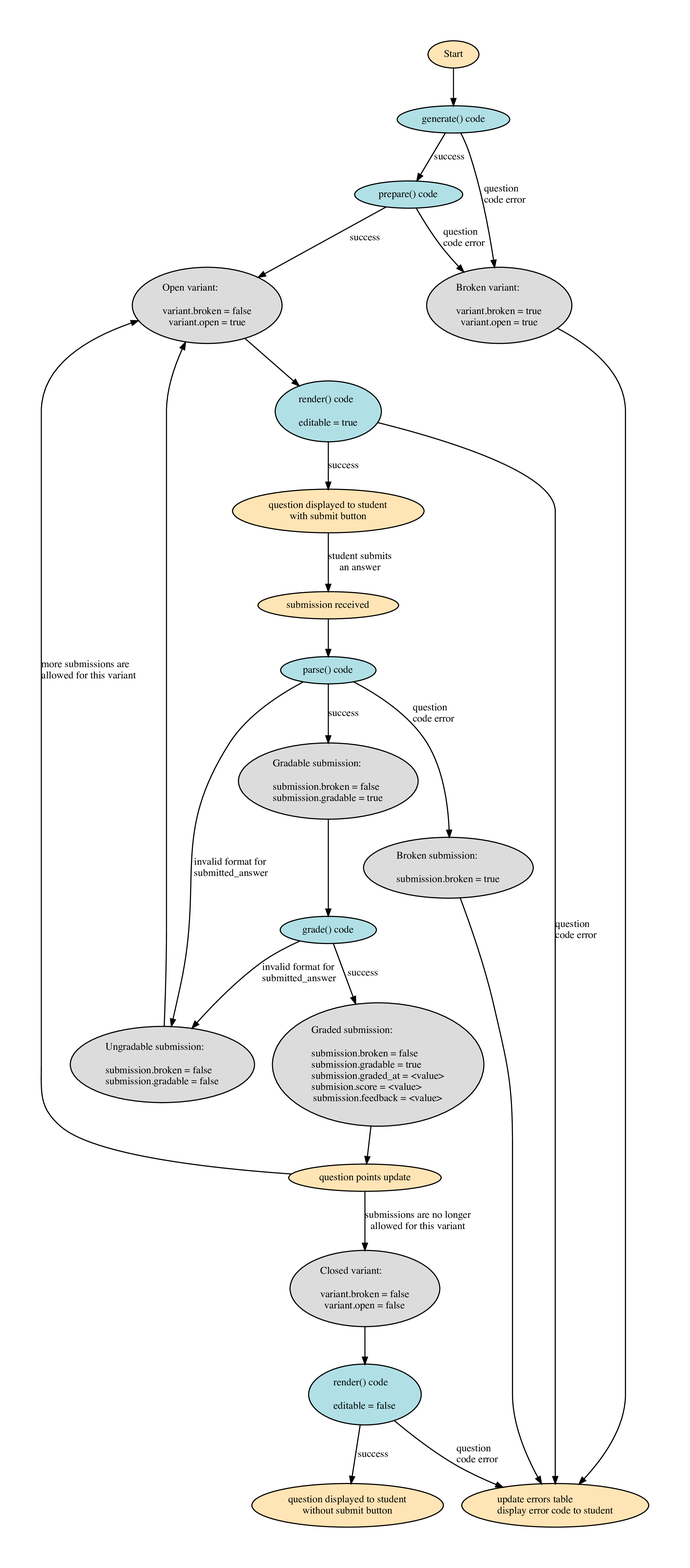
Earlier version of the Graphviz export docs/question-flow.png (PrairieLearn/PrairieLearn). Its source is kept beside it as docs/question-flow.gv. Its diagram source:
```dot
digraph question_flow {

    direction=TB;

    node [fontsize = 10, height = 0.3, width = 0.5];
    edge [fontsize = 10, arrowsize = 0.7];

    node [style=filled, fillcolor=moccasin];

    start [label="Start"];
    display_broken [label="update issues table\ldisplay issue code to student"];
    display_editable [label="question displayed to student\lwith submit button"];
    display_uneditable [label="question displayed to student\lwithout submit button"];
    submission_received [label="submission received"];
    question_update [label="question points update"];

    node [style=filled, fillcolor=powderblue];

    generating [label="generate() code"];
    preparing [label="prepare() code"];
    rendering_editable [label="render() code\l\leditable = true"];
    rendering_uneditable [label="render() code\l\leditable = false"];
    parsing [label="parse() code"];
    grading [label="grade() code"];

    node [style=filled, fillcolor=gainsboro];

    broken_variant [label="Broken variant:\l\lvariant.broken = true\lvariant.open = true"];
    open_variant [label="Open variant:\l\lvariant.broken = false\lvariant.open = true"];
    closed_variant [label="Closed variant:\l\lvariant.broken = false\lvariant.open = false"];
    broken_submission [label="Broken submission:\l\lsubmission.broken = true"];
    ungradable_submission [label="Ungradable submission:\l\lsubmission.broken = false\lsubmission.gradable = false"];
    gradable_submission [label="Gradable submission:\l\lsubmission.broken = false\lsubmission.gradable = true"];
    graded_submission [label="Graded submission:\l\lsubmission.broken = false\lsubmission.gradable = true\lsubmission.graded_at = <value>\lsubmision.score = <value>\lsubmission.feedback = <value>"];

    start -> generating;
    generating -> broken_variant [label="question\lcode error"];
    generating -> preparing [label="success"];
    preparing -> broken_variant [label="question\lcode error"];
    preparing -> open_variant [label="success"];
    broken_variant -> display_broken;
    open_variant -> rendering_editable;
    rendering_editable -> display_broken [label="question\lcode error"];
    rendering_editable -> display_editable [label="success"];
    display_editable -> submission_received [label="student submits\lan answer"];
    submission_received -> parsing;
    parsing -> broken_submission [label="question\lcode error"];
    broken_submission -> display_broken;
    parsing -> ungradable_submission [label="invalid format for\lsubmitted_answer"];
    parsing -> gradable_submission [label="success"];
    ungradable_submission -> open_variant;
    gradable_submission -> grading;
    grading -> ungradable_submission [label="invalid format for\lsubmitted_answer"];
    grading -> graded_submission [label="success"];
    graded_submission -> question_update;
    question_update -> open_variant [label="more submissions are\lallowed for this variant"];
    question_update -> closed_variant [label="submissions are no longer\lallowed for this variant"];
    closed_variant -> rendering_uneditable;
    rendering_uneditable -> display_broken [label="question\lcode error"];
    rendering_uneditable -> display_uneditable [label="success"];
}
```
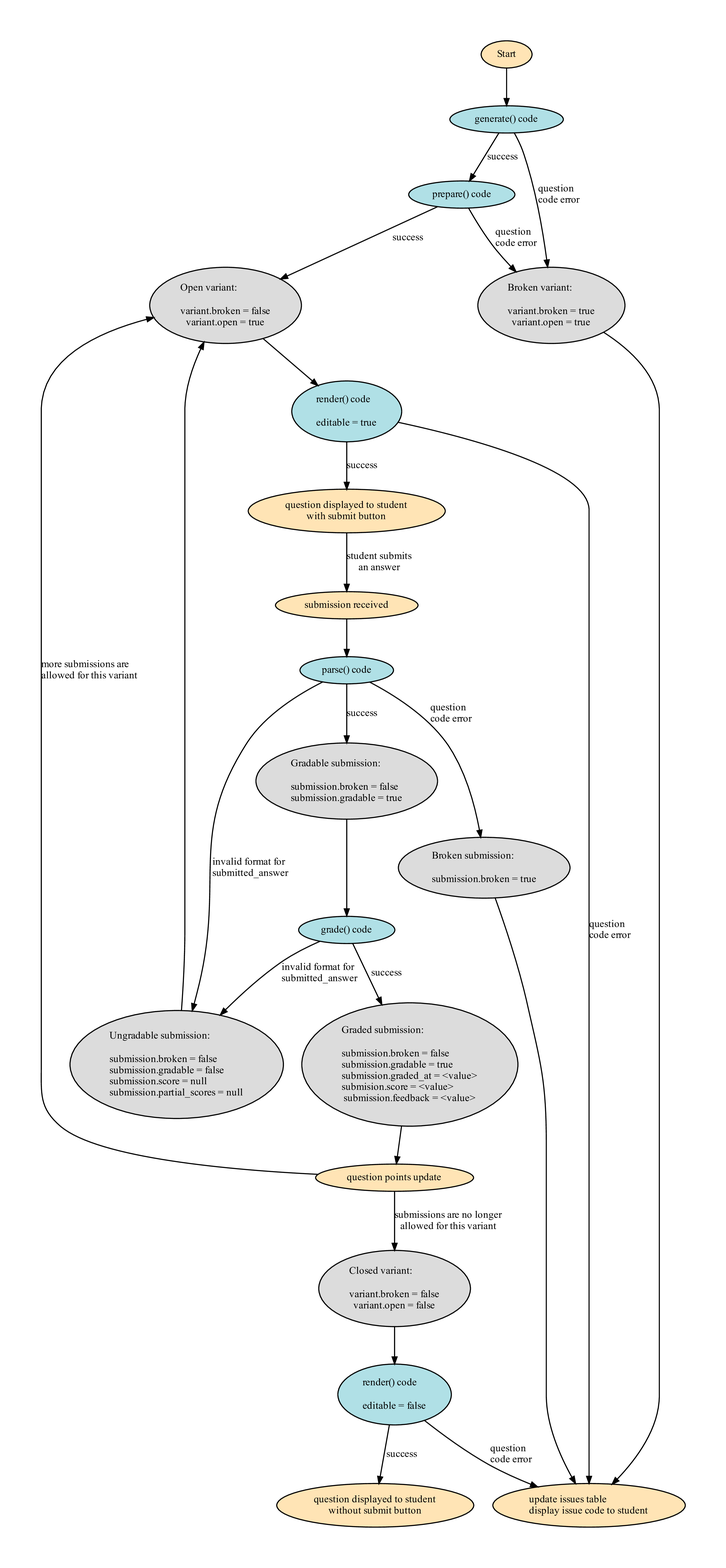
The same diagram one commit later.

Change to the diagram source:
```diff
@@ -29,7 +29,7 @@
     open_variant [label="Open variant:\l\lvariant.broken = false\lvariant.open = true"];
     closed_variant [label="Closed variant:\l\lvariant.broken = false\lvariant.open = false"];
     broken_submission [label="Broken submission:\l\lsubmission.broken = true"];
-    ungradable_submission [label="Ungradable submission:\l\lsubmission.broken = false\lsubmission.gradable = false"];
+    ungradable_submission [label="Ungradable submission:\l\lsubmission.broken = false\lsubmission.gradable = false\lsubmission.score = null\lsubmission.partial_scores = null"];
     gradable_submission [label="Gradable submission:\l\lsubmission.broken = false\lsubmission.gradable = true"];
     graded_submission [label="Graded submission:\l\lsubmission.broken = false\lsubmission.gradable = true\lsubmission.graded_at = <value>\lsubmision.score = <value>\lsubmission.feedback = <value>"];
 
```
